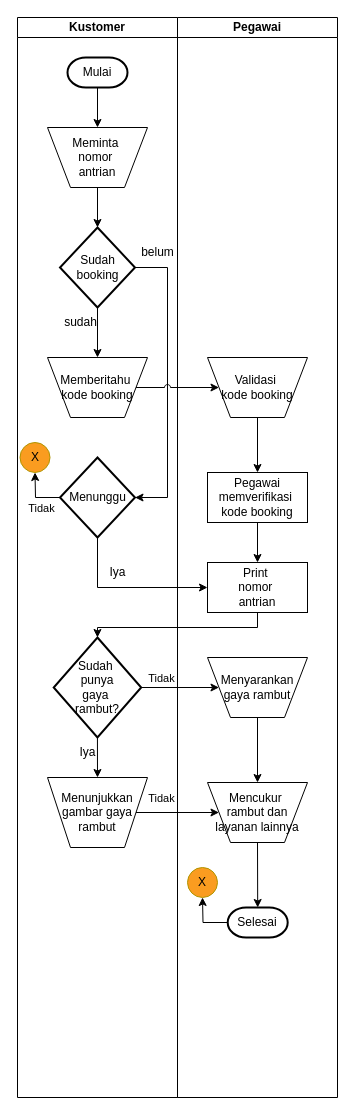
Before: Sistem Flow Potong Rambut.drawio in yogadwipayana/ERD, a draw.io diagram. Source tidied: cells renumbered, new cells numbered last; positions are measured from the earlier drawing's top-left corner, leaving out a move shared by most shapes. Both pictures are drawn from the tidied source at 100%, with x=0, y=0 at pixel (17, 17).
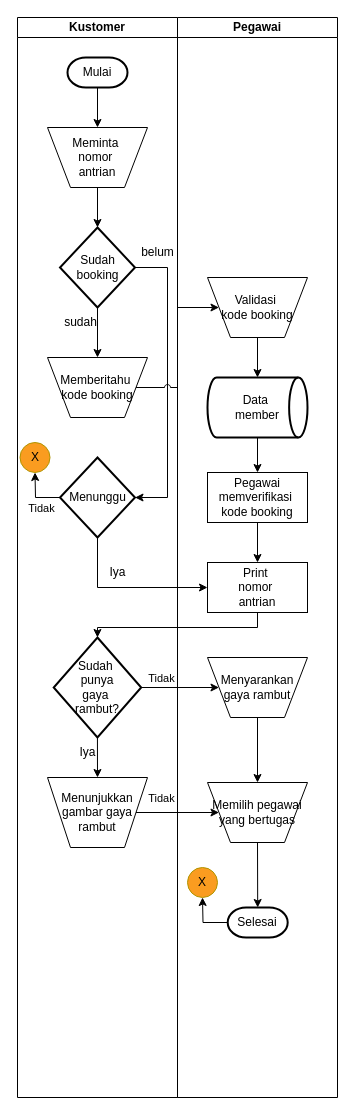
Above is the later version.

The change refers to these unchanged cells:
```xml
<mxCell id="2" value="Pegawai" style="swimlane;startSize=20;whiteSpace=wrap;html=1;" parent="1" vertex="1">
  <mxGeometry x="160" width="160" height="1080" as="geometry" />
</mxCell>
<mxCell id="4" value="Pegawai memverifikasi&amp;nbsp;&lt;div&gt;kode booking&lt;/div&gt;" style="rounded=0;whiteSpace=wrap;html=1;" parent="2" vertex="1">
  <mxGeometry x="30" y="455" width="100" height="50" as="geometry" />
</mxCell>
```

Change to the diagram source:
```diff
@@
     <mxCell id="3" value="Validasi&amp;nbsp;&lt;div&gt;kode booking&lt;/div&gt;" style="verticalLabelPosition=middle;verticalAlign=middle;html=1;shape=trapezoid;perimeter=trapezoidPerimeter;whiteSpace=wrap;size=0.23;arcSize=10;flipV=1;labelPosition=center;align=center;" parent="2" vertex="1">
-      <mxGeometry x="30" y="340" width="100" height="60" as="geometry" />
+      <mxGeometry x="30" y="260" width="100" height="60" as="geometry" />
     </mxCell>
@@
-    <mxCell id="6" style="endArrow=classic;html=1;rounded=0;exitX=0.5;exitY=1;exitDx=0;exitDy=0;entryX=0.5;entryY=0;entryDx=0;entryDy=0;" parent="2" edge="1" source="3" target="4">
+    <mxCell id="6" style="endArrow=classic;html=1;rounded=0;exitX=0.5;exitY=1;exitDx=0;exitDy=0;entryX=0.5;entryY=0;entryDx=0;entryDy=0;" parent="2" edge="1" source="42" target="4">
       <mxGeometry relative="1" as="geometry" />
     </mxCell>
@@
-    <mxCell id="11" value="Mencukur&amp;nbsp;&lt;div&gt;rambut dan&lt;/div&gt;&lt;div&gt;layanan lainnya&lt;/div&gt;" style="verticalLabelPosition=middle;verticalAlign=middle;html=1;shape=trapezoid;perimeter=trapezoidPerimeter;whiteSpace=wrap;size=0.23;arcSize=10;flipV=1;labelPosition=center;align=center;" parent="2" vertex="1">
+    <mxCell id="11" value="Memilih pegawai yang bertugas" style="verticalLabelPosition=middle;verticalAlign=middle;html=1;shape=trapezoid;perimeter=trapezoidPerimeter;whiteSpace=wrap;size=0.23;arcSize=10;flipV=1;labelPosition=center;align=center;" parent="2" vertex="1">
       <mxGeometry x="30" y="765" width="100" height="60" as="geometry" />
     </mxCell>
@@
+    <mxCell id="42" value="Data&amp;nbsp;&lt;div&gt;member&lt;/div&gt;" style="strokeWidth=2;html=1;shape=mxgraph.flowchart.direct_data;whiteSpace=wrap;" parent="2" vertex="1">
+      <mxGeometry x="30" y="360" width="100" height="60" as="geometry" />
+    </mxCell>
+    <mxCell id="43" style="endArrow=classic;html=1;rounded=0;exitX=0.5;exitY=1;exitDx=0;exitDy=0;entryX=0.5;entryY=0;entryDx=0;entryDy=0;" parent="2" edge="1" source="3" target="42">
+      <mxGeometry relative="1" as="geometry" />
+    </mxCell>
```
